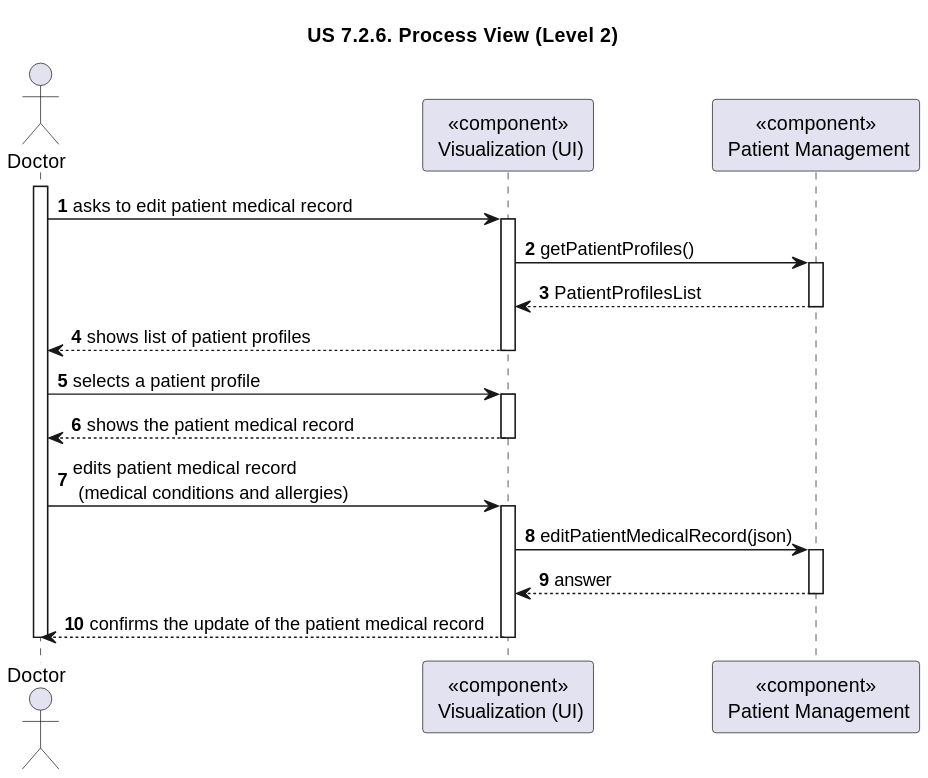
Before: docs/sprint-3/1221933/us-7.2.6/diagrams/n2/process-view-nivel2.svg, a diagram exported from PlantUML (rita-barbosa/LAPR5-2425).
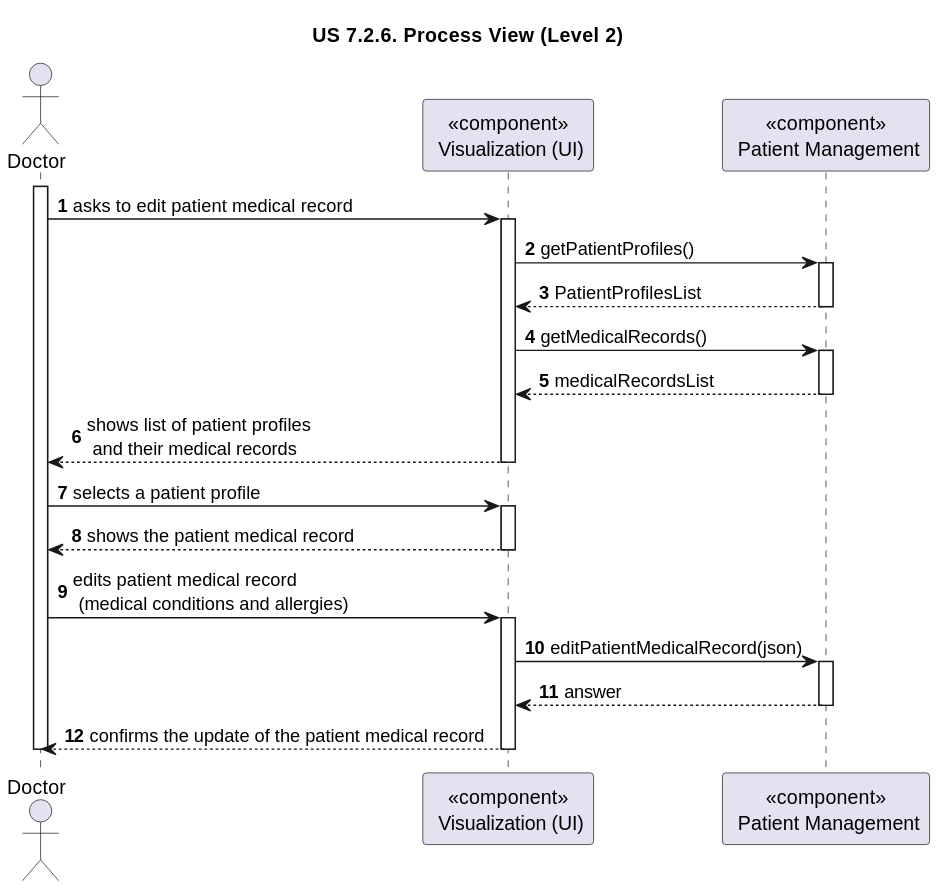
Above is the later version.

The edit, as a diff of the source:
```diff
@@ -17,8 +17,13 @@
 BACK --> UI : PatientProfilesList
 deactivate BACK
 
+UI -> BACK : getMedicalRecords()
+activate BACK
 
-DOC <-- UI : shows list of patient profiles
+BACK --> UI : medicalRecordsList
+deactivate BACK
+
+DOC <-- UI : shows list of patient profiles\n and their medical records
 deactivate UI
 
 
```
